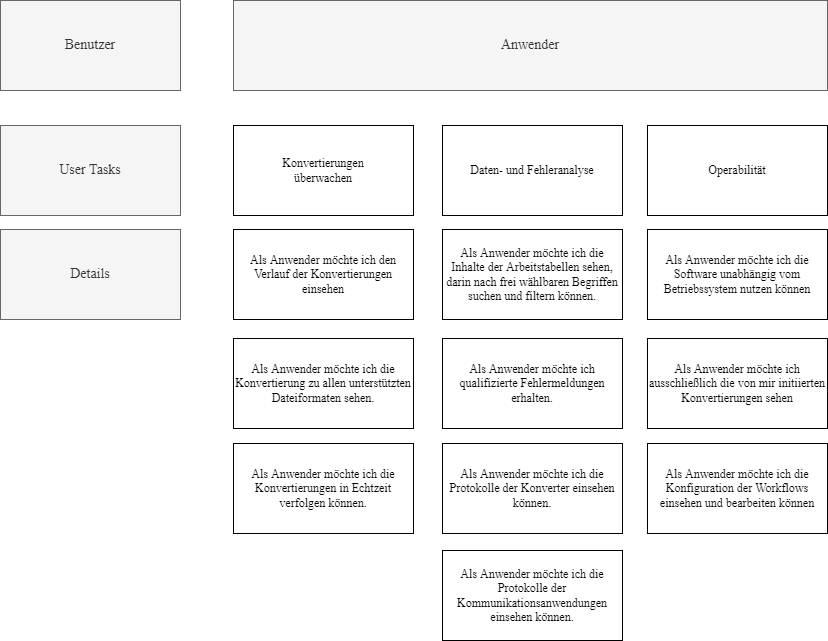
This is storyMap.drawio.png from MikeW2022/Praxisprojekt, a draw.io export, as it was before one commit. Source tidied: cells renumbered, new cells last; positions are measured from the earlier drawing's top-left corner, leaving out a move shared by most shapes.
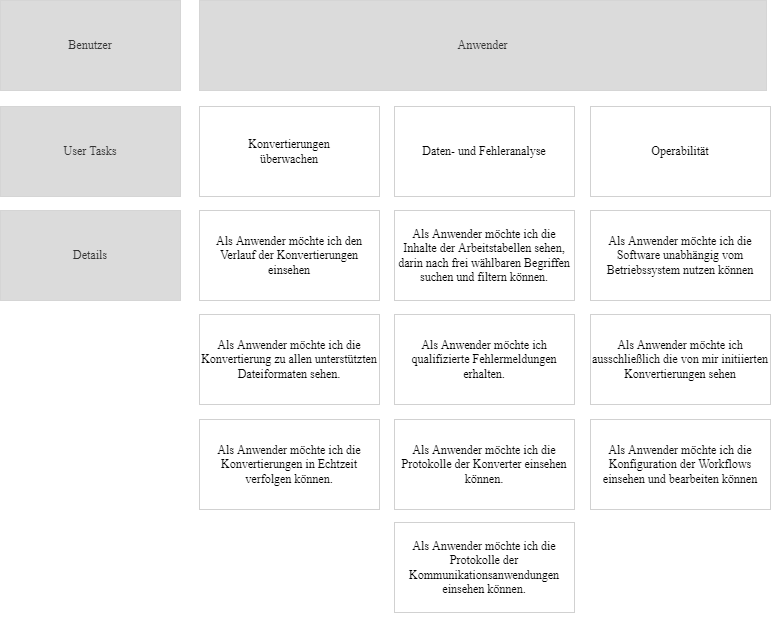
After the commit.

What changed in the source:
```diff
@@ -2,56 +2,62 @@
   <root>
     <mxCell id="0" />
     <mxCell id="1" parent="0" />
-    <mxCell id="2" value="Benutzer" style="rounded=0;whiteSpace=wrap;html=1;fillColor=#f5f5f5;fontColor=#333333;strokeColor=#666666;fontFamily=Times New Roman;fontSize=14;" parent="1" vertex="1">
-      <mxGeometry width="180" height="90" as="geometry" />
+    <mxCell id="2" value="Benutzer" style="rounded=0;whiteSpace=wrap;html=1;fillColor=#DBDBDB;fontColor=#333333;strokeColor=#666666;fontFamily=Times New Roman;fontSize=12;strokeWidth=0;" parent="1" vertex="1">
+      <mxGeometry x="34" width="180" height="90" as="geometry" />
     </mxCell>
-    <mxCell id="3" value="User Tasks" style="rounded=0;whiteSpace=wrap;html=1;fontFamily=Times New Roman;fillColor=#f5f5f5;fontColor=#333333;strokeColor=#666666;fontSize=14;" parent="1" vertex="1">
-      <mxGeometry y="125" width="180" height="90" as="geometry" />
+    <mxCell id="3" value="User Tasks" style="rounded=0;whiteSpace=wrap;html=1;fontFamily=Times New Roman;fillColor=#DBDBDB;fontColor=#333333;strokeColor=#666666;fontSize=12;strokeWidth=0;" parent="1" vertex="1">
+      <mxGeometry x="34" y="106" width="180" height="90" as="geometry" />
     </mxCell>
-    <mxCell id="4" value="Details" style="rounded=0;whiteSpace=wrap;html=1;fontFamily=Times New Roman;fillColor=#f5f5f5;fontColor=#333333;strokeColor=#666666;fontSize=14;" parent="1" vertex="1">
-      <mxGeometry y="229" width="180" height="90" as="geometry" />
+    <mxCell id="4" value="Details" style="rounded=0;whiteSpace=wrap;html=1;fontFamily=Times New Roman;fillColor=#DBDBDB;fontColor=#333333;strokeColor=#666666;fontSize=12;strokeWidth=0;" parent="1" vertex="1">
+      <mxGeometry x="34" y="210" width="180" height="90" as="geometry" />
     </mxCell>
-    <mxCell id="5" value="Anwender" style="rounded=0;whiteSpace=wrap;html=1;fillColor=#f5f5f5;fontColor=#333333;strokeColor=#666666;fontFamily=Times New Roman;fontSize=14;" parent="1" vertex="1">
-      <mxGeometry x="233" width="594" height="90" as="geometry" />
+    <mxCell id="5" value="Anwender" style="rounded=0;whiteSpace=wrap;html=1;fillColor=#DBDBDB;fontColor=#333333;strokeColor=#666666;fontFamily=Times New Roman;fontSize=12;strokeWidth=0;" parent="1" vertex="1">
+      <mxGeometry x="233" width="567" height="90" as="geometry" />
     </mxCell>
-    <mxCell id="6" value="&lt;p&gt;Konvertierungen&lt;br&gt;&lt;span&gt;überwachen&lt;/span&gt;&lt;/p&gt;" style="rounded=0;whiteSpace=wrap;html=1;fontFamily=Times New Roman;" parent="1" vertex="1">
-      <mxGeometry x="233" y="125" width="180" height="90" as="geometry" />
+    <mxCell id="6" value="&lt;p style=&quot;font-size: 12px;&quot;&gt;Konvertierungen&lt;br style=&quot;font-size: 12px;&quot;&gt;&lt;span style=&quot;font-size: 12px;&quot;&gt;überwachen&lt;/span&gt;&lt;/p&gt;" style="rounded=0;whiteSpace=wrap;html=1;fontFamily=Times New Roman;fontSize=12;strokeWidth=0;" parent="1" vertex="1">
+      <mxGeometry x="233" y="106" width="180" height="90" as="geometry" />
     </mxCell>
-    <mxCell id="7" value="&lt;p&gt;Daten- und Fehleranalyse&lt;br&gt;&lt;/p&gt;" style="rounded=0;whiteSpace=wrap;html=1;fontFamily=Times New Roman;" parent="1" vertex="1">
-      <mxGeometry x="442" y="125" width="180" height="90" as="geometry" />
+    <mxCell id="7" value="&lt;p style=&quot;font-size: 12px;&quot;&gt;Daten- und Fehleranalyse&lt;br style=&quot;font-size: 12px;&quot;&gt;&lt;/p&gt;" style="rounded=0;whiteSpace=wrap;html=1;fontFamily=Times New Roman;fontSize=12;strokeWidth=0;" parent="1" vertex="1">
+      <mxGeometry x="428" y="106" width="180" height="90" as="geometry" />
     </mxCell>
-    <mxCell id="8" value="&lt;p&gt;Operabilität&lt;br&gt;&lt;/p&gt;" style="rounded=0;whiteSpace=wrap;html=1;fontFamily=Times New Roman;" parent="1" vertex="1">
-      <mxGeometry x="647" y="125" width="180" height="90" as="geometry" />
+    <mxCell id="8" value="&lt;p style=&quot;font-size: 12px;&quot;&gt;Operabilität&lt;br style=&quot;font-size: 12px;&quot;&gt;&lt;/p&gt;" style="rounded=0;whiteSpace=wrap;html=1;fontFamily=Times New Roman;fontSize=12;strokeWidth=0;" parent="1" vertex="1">
+      <mxGeometry x="624" y="106" width="180" height="90" as="geometry" />
     </mxCell>
-    <mxCell id="9" value="&lt;p&gt;Als Anwender möchte ich den Verlauf der&amp;nbsp;&lt;span&gt;Konvertierungen einsehen&lt;/span&gt;&lt;/p&gt;" style="rounded=0;whiteSpace=wrap;html=1;fontFamily=Times New Roman;" parent="1" vertex="1">
-      <mxGeometry x="233" y="229" width="180" height="90" as="geometry" />
+    <mxCell id="9" value="&lt;p style=&quot;font-size: 12px;&quot;&gt;Als Anwender möchte ich den Verlauf der&amp;nbsp;&lt;span style=&quot;font-size: 12px;&quot;&gt;Konvertierungen einsehen&lt;/span&gt;&lt;/p&gt;" style="rounded=0;whiteSpace=wrap;html=1;fontFamily=Times New Roman;fontSize=12;strokeWidth=0;" parent="1" vertex="1">
+      <mxGeometry x="233" y="210" width="180" height="90" as="geometry" />
     </mxCell>
-    <mxCell id="10" value="&lt;p&gt;Als Anwender möchte ich die Inhalte der Arbeitstabellen sehen, darin nach frei wählbaren Begriffen suchen und filtern können.&lt;br&gt;&lt;/p&gt;" style="rounded=0;whiteSpace=wrap;html=1;fontFamily=Times New Roman;" parent="1" vertex="1">
-      <mxGeometry x="442" y="229" width="180" height="90" as="geometry" />
+    <mxCell id="10" value="&lt;p style=&quot;font-size: 12px;&quot;&gt;Als Anwender möchte ich die Inhalte der Arbeitstabellen sehen, darin nach frei wählbaren Begriffen suchen und filtern können.&lt;br style=&quot;font-size: 12px;&quot;&gt;&lt;/p&gt;" style="rounded=0;whiteSpace=wrap;html=1;fontFamily=Times New Roman;fontSize=12;strokeWidth=0;" parent="1" vertex="1">
+      <mxGeometry x="428" y="210" width="180" height="90" as="geometry" />
     </mxCell>
-    <mxCell id="11" value="&lt;p&gt;Als Anwender möchte ich die Konvertierung zu allen unterstützten Dateiformaten sehen.&lt;br&gt;&lt;/p&gt;" style="rounded=0;whiteSpace=wrap;html=1;fontFamily=Times New Roman;" parent="1" vertex="1">
-      <mxGeometry x="233" y="338" width="180" height="90" as="geometry" />
+    <mxCell id="11" value="&lt;p style=&quot;font-size: 12px;&quot;&gt;Als Anwender möchte ich die Konvertierung zu allen unterstützten Dateiformaten sehen.&lt;br style=&quot;font-size: 12px;&quot;&gt;&lt;/p&gt;" style="rounded=0;whiteSpace=wrap;html=1;fontFamily=Times New Roman;fontSize=12;strokeWidth=0;" parent="1" vertex="1">
+      <mxGeometry x="233" y="314" width="180" height="90" as="geometry" />
     </mxCell>
-    <mxCell id="12" value="&lt;p&gt;Als Anwender möchte ich die Konvertierungen in Echtzeit verfolgen können.&lt;br&gt;&lt;/p&gt;" style="rounded=0;whiteSpace=wrap;html=1;fontFamily=Times New Roman;" parent="1" vertex="1">
-      <mxGeometry x="233" y="443" width="180" height="90" as="geometry" />
+    <mxCell id="12" value="&lt;p style=&quot;font-size: 12px;&quot;&gt;Als Anwender möchte ich die Konvertierungen in Echtzeit verfolgen können.&lt;br style=&quot;font-size: 12px;&quot;&gt;&lt;/p&gt;" style="rounded=0;whiteSpace=wrap;html=1;fontFamily=Times New Roman;fontSize=12;strokeWidth=0;" parent="1" vertex="1">
+      <mxGeometry x="233" y="419" width="180" height="90" as="geometry" />
     </mxCell>
-    <mxCell id="13" value="&lt;p&gt;Als Anwender möchte ich qualifizierte Fehlermeldungen erhalten.&lt;br&gt;&lt;/p&gt;" style="rounded=0;whiteSpace=wrap;html=1;fontFamily=Times New Roman;" parent="1" vertex="1">
-      <mxGeometry x="442" y="338" width="180" height="90" as="geometry" />
+    <mxCell id="13" value="&lt;p style=&quot;font-size: 12px;&quot;&gt;Als Anwender möchte ich qualifizierte Fehlermeldungen erhalten.&lt;br style=&quot;font-size: 12px;&quot;&gt;&lt;/p&gt;" style="rounded=0;whiteSpace=wrap;html=1;fontFamily=Times New Roman;fontSize=12;strokeWidth=0;" parent="1" vertex="1">
+      <mxGeometry x="428" y="314" width="180" height="90" as="geometry" />
     </mxCell>
-    <mxCell id="14" value="&lt;p&gt;Als Anwender möchte ich die Protokolle der Konverter einsehen können.&lt;br&gt;&lt;/p&gt;" style="rounded=0;whiteSpace=wrap;html=1;fontFamily=Times New Roman;" parent="1" vertex="1">
-      <mxGeometry x="442" y="443" width="180" height="90" as="geometry" />
+    <mxCell id="14" value="&lt;p style=&quot;font-size: 12px;&quot;&gt;Als Anwender möchte ich die Protokolle der Konverter einsehen können.&lt;br style=&quot;font-size: 12px;&quot;&gt;&lt;/p&gt;" style="rounded=0;whiteSpace=wrap;html=1;fontFamily=Times New Roman;fontSize=12;strokeWidth=0;" parent="1" vertex="1">
+      <mxGeometry x="428" y="419" width="180" height="90" as="geometry" />
     </mxCell>
-    <mxCell id="15" value="&lt;p&gt;Als Anwender möchte ich die Protokolle der Kommunikationsanwendungen einsehen können.&lt;br&gt;&lt;/p&gt;" style="rounded=0;whiteSpace=wrap;html=1;fontFamily=Times New Roman;" parent="1" vertex="1">
-      <mxGeometry x="442" y="550" width="180" height="90" as="geometry" />
+    <mxCell id="15" value="&lt;p style=&quot;font-size: 12px;&quot;&gt;Als Anwender möchte ich die Protokolle der Kommunikationsanwendungen einsehen können.&lt;br style=&quot;font-size: 12px;&quot;&gt;&lt;/p&gt;" style="rounded=0;whiteSpace=wrap;html=1;fontFamily=Times New Roman;fontSize=12;strokeWidth=0;" parent="1" vertex="1">
+      <mxGeometry x="428" y="522" width="180" height="90" as="geometry" />
     </mxCell>
-    <mxCell id="16" value="&lt;p&gt;Als Anwender möchte ich die Software unabhängig vom Betriebssystem nutzen können&lt;br&gt;&lt;/p&gt;" style="rounded=0;whiteSpace=wrap;html=1;fontFamily=Times New Roman;" parent="1" vertex="1">
-      <mxGeometry x="647" y="229" width="180" height="90" as="geometry" />
+    <mxCell id="16" value="&lt;p style=&quot;font-size: 12px;&quot;&gt;Als Anwender möchte ich die Software unabhängig vom Betriebssystem nutzen können&lt;br style=&quot;font-size: 12px;&quot;&gt;&lt;/p&gt;" style="rounded=0;whiteSpace=wrap;html=1;fontFamily=Times New Roman;fontSize=12;strokeWidth=0;" parent="1" vertex="1">
+      <mxGeometry x="624" y="210" width="180" height="90" as="geometry" />
     </mxCell>
-    <mxCell id="17" value="&lt;p&gt;Als Anwender möchte ich ausschließlich die von mir initiierten Konvertierungen sehen&lt;br&gt;&lt;/p&gt;" style="rounded=0;whiteSpace=wrap;html=1;fontFamily=Times New Roman;" parent="1" vertex="1">
-      <mxGeometry x="647" y="338" width="180" height="90" as="geometry" />
+    <mxCell id="17" value="&lt;p style=&quot;font-size: 12px;&quot;&gt;Als Anwender möchte ich ausschließlich die von mir initiierten Konvertierungen sehen&lt;br style=&quot;font-size: 12px;&quot;&gt;&lt;/p&gt;" style="rounded=0;whiteSpace=wrap;html=1;fontFamily=Times New Roman;fontSize=12;strokeWidth=0;" parent="1" vertex="1">
+      <mxGeometry x="624" y="314" width="180" height="90" as="geometry" />
     </mxCell>
-    <mxCell id="18" value="&lt;p&gt;Als Anwender möchte ich die Konfiguration der Workflows einsehen und bearbeiten können&lt;br&gt;&lt;/p&gt;" style="rounded=0;whiteSpace=wrap;html=1;fontFamily=Times New Roman;" parent="1" vertex="1">
-      <mxGeometry x="647" y="443" width="180" height="90" as="geometry" />
+    <mxCell id="18" value="&lt;p style=&quot;font-size: 12px;&quot;&gt;Als Anwender möchte ich die Konfiguration der Workflows einsehen und bearbeiten können&lt;br style=&quot;font-size: 12px;&quot;&gt;&lt;/p&gt;" style="rounded=0;whiteSpace=wrap;html=1;fontFamily=Times New Roman;fontSize=12;strokeWidth=0;" parent="1" vertex="1">
+      <mxGeometry x="624" y="419" width="180" height="90" as="geometry" />
     </mxCell>
+    <mxCell id="19" value="&amp;nbsp;" style="text;html=1;align=center;verticalAlign=middle;strokeColor=none;fillColor=none;fontSize=7;" parent="1" vertex="1">
+      <mxGeometry x="450" y="607" width="20" height="10" as="geometry" />
+    </mxCell>
+    <mxCell id="20" value="&amp;nbsp;" style="text;html=1;align=left;verticalAlign=middle;strokeColor=none;fillColor=none;fontSize=7;rotation=90;" parent="1" vertex="1">
+      <mxGeometry x="794" y="260" width="20" height="10" as="geometry" />
+    </mxCell>
   </root>
 </mxGraphModel>
```
